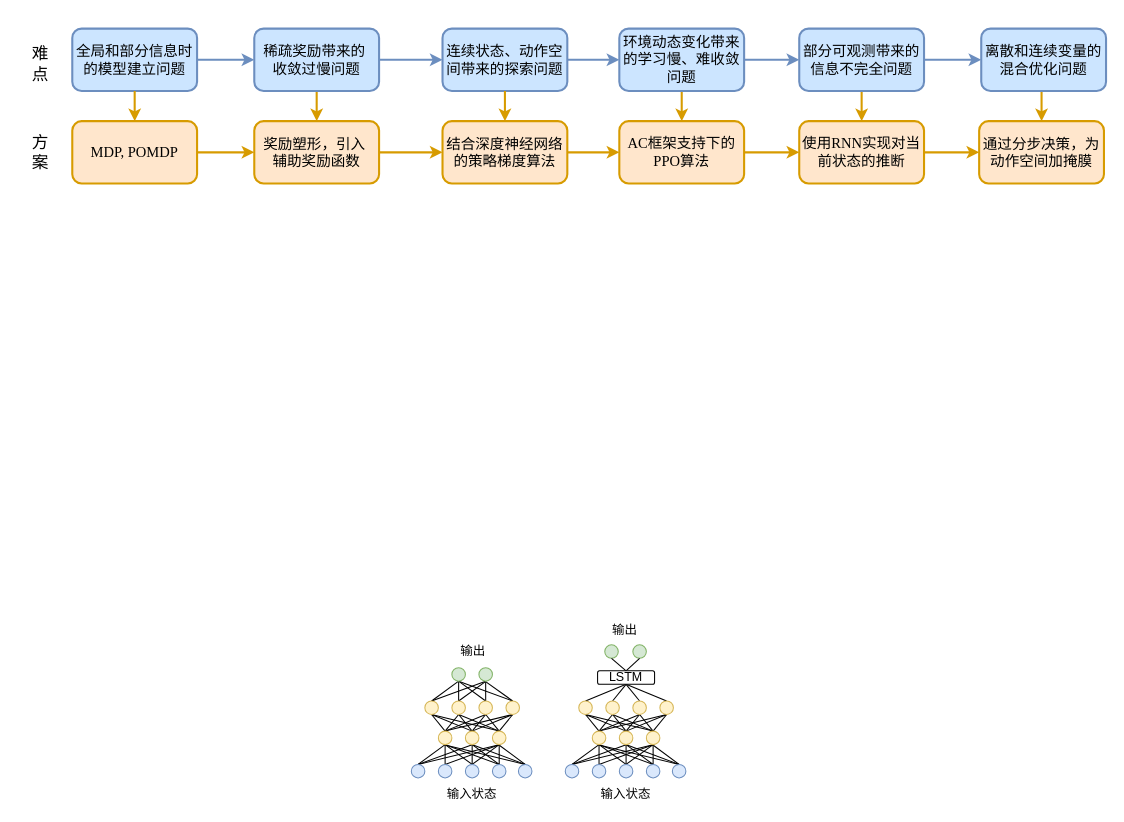
Earlier version of the draw.io diagram figs/Untitled Diagram.drawio (M1ddlzh/draw.io). Source tidied: cells renumbered, new cells numbered last; positions are measured from the earlier drawing's top-left corner, leaving out a move shared by most shapes. Both pictures are drawn from the tidied source at 104%, with x=0, y=0 at pixel (18, 28).
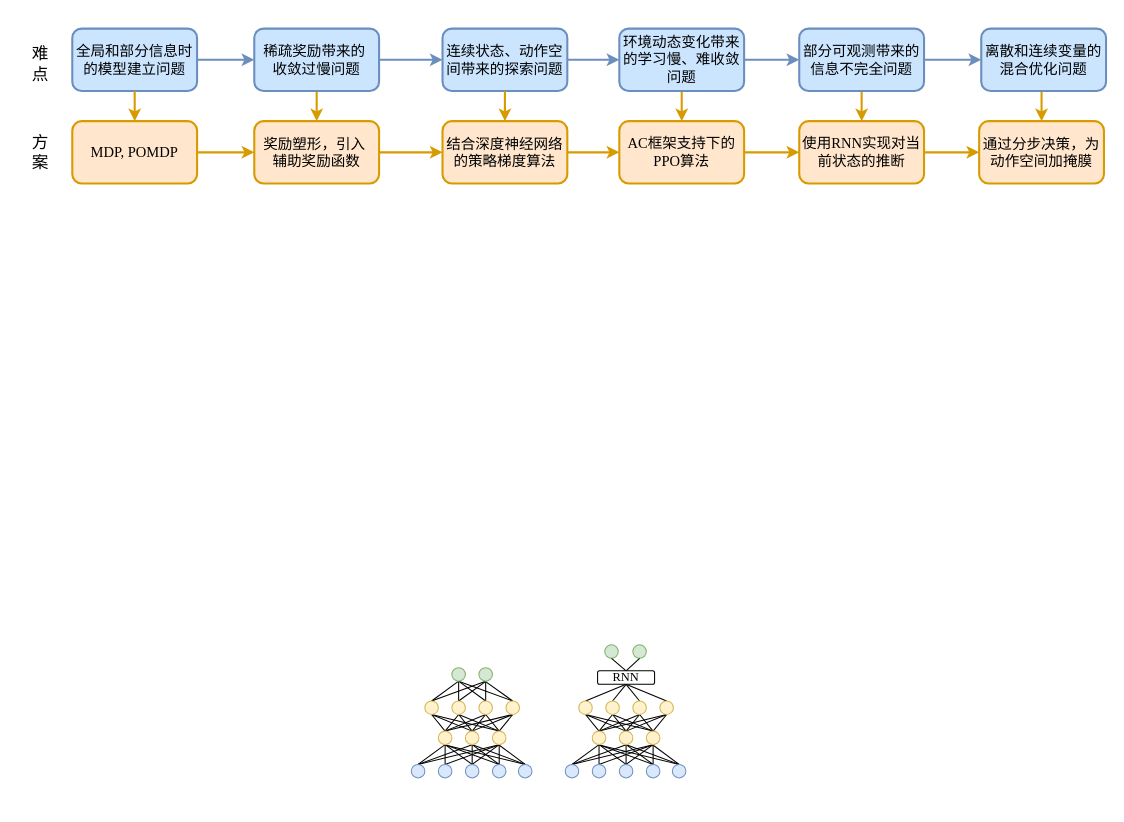
The same diagram, later.

What changed in the source:
```diff
@@
-    <mxCell id="98" value="LSTM" style="rounded=1;whiteSpace=wrap;html=1;strokeColor=#000000;fillColor=#ffffff;" parent="1" vertex="1">
+    <mxCell id="98" value="&lt;font face=&quot;Times New Roman&quot;&gt;RNN&lt;/font&gt;" style="rounded=1;whiteSpace=wrap;html=1;strokeColor=#000000;fillColor=#ffffff;" parent="1" vertex="1">
       <mxGeometry x="557.1" y="617.5" width="54.8" height="13" as="geometry" />
     </mxCell>
-    <mxCell id="99" value="输入状态" style="text;html=1;strokeColor=none;fillColor=none;align=center;verticalAlign=middle;whiteSpace=wrap;rounded=0;" parent="1" vertex="1">
-      <mxGeometry x="405" y="725.5" width="63" height="20" as="geometry" />
-    </mxCell>
-    <mxCell id="100" value="输入状态" style="text;html=1;strokeColor=none;fillColor=none;align=center;verticalAlign=middle;whiteSpace=wrap;rounded=0;" parent="1" vertex="1">
-      <mxGeometry x="553" y="725.5" width="63" height="20" as="geometry" />
-    </mxCell>
-    <mxCell id="101" value="输出" style="text;html=1;strokeColor=none;fillColor=none;align=center;verticalAlign=middle;whiteSpace=wrap;rounded=0;" parent="1" vertex="1">
-      <mxGeometry x="406" y="589" width="63" height="20" as="geometry" />
-    </mxCell>
-    <mxCell id="102" value="输出" style="text;html=1;strokeColor=none;fillColor=none;align=center;verticalAlign=middle;whiteSpace=wrap;rounded=0;" parent="1" vertex="1">
-      <mxGeometry x="552" y="569" width="63" height="20" as="geometry" />
-    </mxCell>
```
